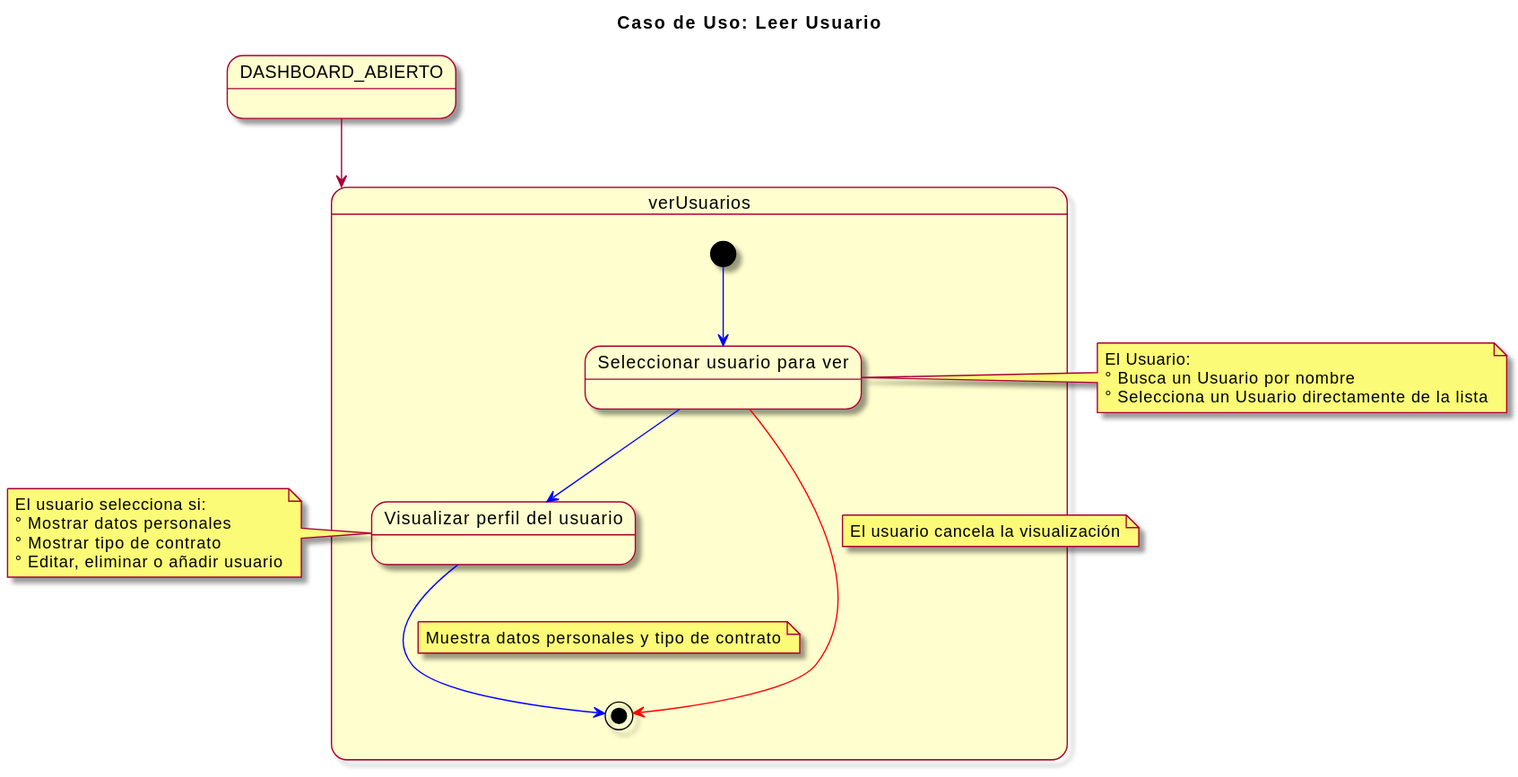
This is imagenes/casosDeUso/detalles/verUsuario.svg from mmasias/23-24-IdSw1-SDR, a PlantUML export, as it was before one commit.
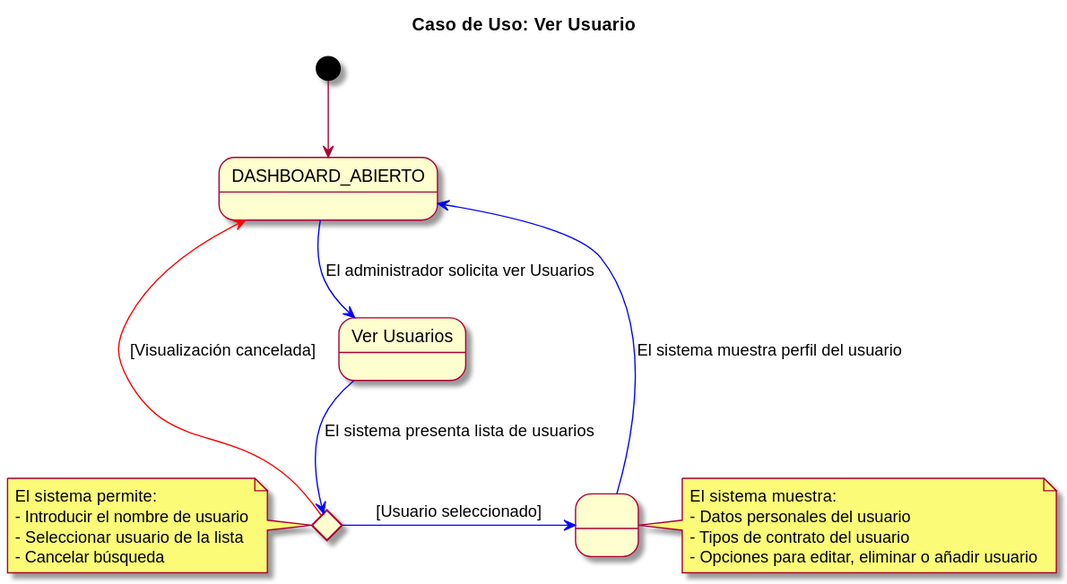
The same file after the commit.

Commit message:
imagenes actualizadas

Change to the diagram source:
```diff
@@ -1,33 +1,34 @@
 @startuml
 skin rose
-title Caso de Uso: Leer Usuario
+title Caso de Uso: Ver Usuario
 
-state DASHBOARD_ABIERTO
+state DASHBOARD_ABIERTO as "DASHBOARD_ABIERTO"
+state LeerUsuarios as "Ver Usuarios"
+state SeleccionarUsuario <<choice>>
+state VisualizarPerfil as " "
 
-DASHBOARD_ABIERTO --> verUsuarios
 
-state verUsuarios {
-  [*] -[#blue]-> seleccionarUsuario
-  state "Seleccionar usuario para ver" as seleccionarUsuario
-  seleccionarUsuario -[#blue]-> visualizarPerfil
-  state "Visualizar perfil del usuario" as visualizarPerfil
-  visualizarPerfil -[#blue]-> [*]
-  note on link: Muestra datos personales y tipo de contrato
+[*] -d-> DASHBOARD_ABIERTO
+DASHBOARD_ABIERTO -d[#blue]-> LeerUsuarios : El administrador solicita ver Usuarios
+LeerUsuarios -d[#blue]-> SeleccionarUsuario : El sistema presenta lista de usuarios
+SeleccionarUsuario -r[#blue]-> VisualizarPerfil : [Usuario seleccionado]
+VisualizarPerfil -d[#blue]-> DASHBOARD_ABIERTO : El sistema muestra perfil del usuario
+SeleccionarUsuario -l[#red]-> DASHBOARD_ABIERTO : [Visualización cancelada]
 
-  seleccionarUsuario -[#red]-> [*]
-  note on link: El usuario cancela la visualización
-}
-
-note left of visualizarPerfil
-  El usuario selecciona si:
-  ° Mostrar datos personales
-  ° Mostrar tipo de contrato
-  ° Editar, eliminar o añadir usuario
+note right of VisualizarPerfil
+  El sistema muestra:
+  - Datos personales del usuario
+  - Tipos de contrato del usuario
+  - Opciones para editar, eliminar o añadir usuario
 end note
 
-note left of seleccionarUsuario
-  El Usuario:
-  ° Busca un Usuario por nombre
-  ° Selecciona un Usuario directamente de la lista
+note left of SeleccionarUsuario
+  El sistema permite:
+  - Introducir el nombre de usuario
+  - Seleccionar usuario de la lista
+  - Cancelar búsqueda
 end note
+
+
+
 @enduml
```
